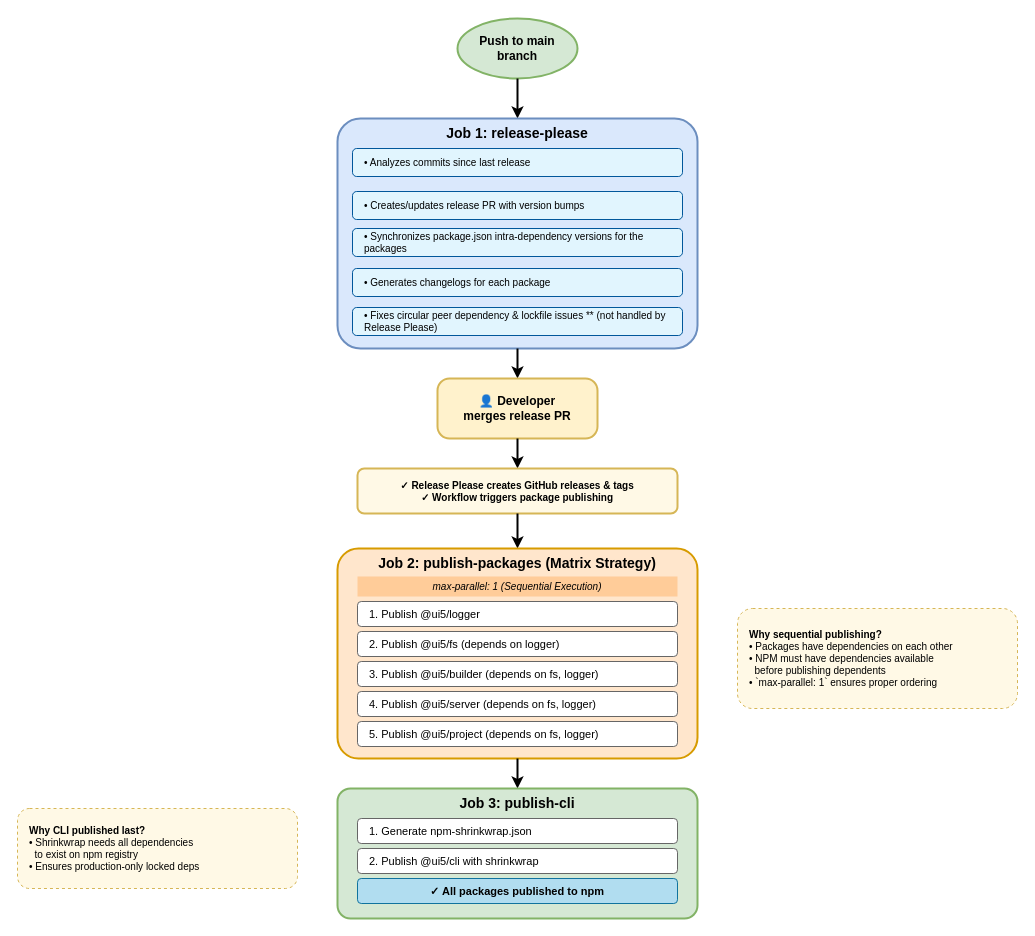
This is docs/release-workflow-diagram.drawio from UI5/cli, a draw.io file, before an edit. Source tidied: cells renumbered, new cells numbered last; positions are measured from the earlier drawing's top-left corner, leaving out a move shared by most shapes. Both pictures are drawn from the tidied source at 100%, with x=0, y=0 at pixel (17, 18).
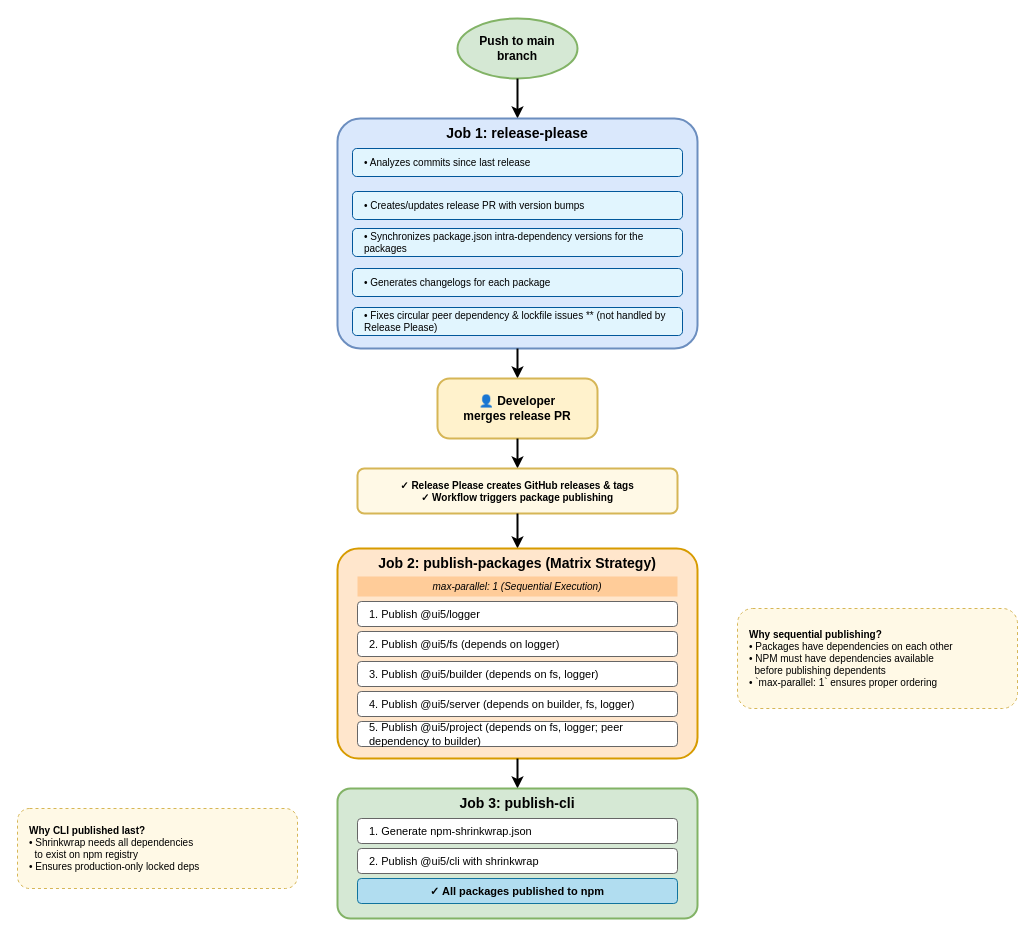
After the change.

Commit message (it also covers changes not shown here):
refactor: Rebuild diagram with corrections

Diff of the diagram source:
```diff
@@
-    <mxCell id="19" value="4. Publish @ui5/server (depends on fs, logger)" style="rounded=1;whiteSpace=wrap;html=1;fillColor=#ffffff;strokeColor=#666666;align=left;spacingLeft=10;fontSize=11;" parent="1" vertex="1">
+    <mxCell id="19" value="4. Publish @ui5/server (depends on builder, fs, logger)" style="rounded=1;whiteSpace=wrap;html=1;fillColor=#ffffff;strokeColor=#666666;align=left;spacingLeft=10;fontSize=11;" parent="1" vertex="1">
       <mxGeometry x="340" y="673" width="320" height="25" as="geometry" />
     </mxCell>
-    <mxCell id="20" value="5. Publish @ui5/project (depends on fs, logger)" style="rounded=1;whiteSpace=wrap;html=1;fillColor=#ffffff;strokeColor=#666666;align=left;spacingLeft=10;fontSize=11;" parent="1" vertex="1">
+    <mxCell id="20" value="5. Publish @ui5/project (depends on fs, logger; peer dependency to&amp;nbsp;&lt;span style=&quot;color: rgb(0, 0, 0);&quot;&gt;builder&lt;/span&gt;)" style="rounded=1;whiteSpace=wrap;html=1;fillColor=#ffffff;strokeColor=#666666;align=left;spacingLeft=10;fontSize=11;" parent="1" vertex="1">
       <mxGeometry x="340" y="703" width="320" height="25" as="geometry" />
     </mxCell>
```
